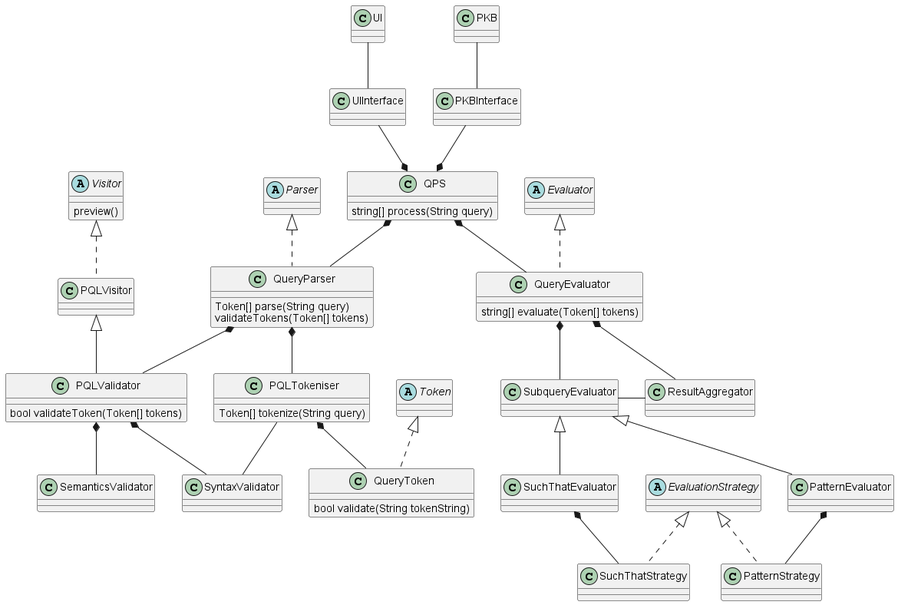
Above: docs/images/QPSClassDiagram.png in mazx4960/static-analyzer (PlantUML), before the change. The source it was exported from:
```plantuml
@startuml

abstract class  "Parser" {
}

abstract class  "Token" {}

abstract class  "Visitor" {
	preview()
}

abstract class  "Evaluator" {
}

abstract class "EvaluationStrategy" {
}

class UIInterface {
}

class PKBInterface {
}

class QPS {
	string[] process(String query)
}

class QueryParser {
	Token[] parse(String query)
	validateTokens(Token[] tokens)
}

class PQLTokeniser {
	Token[] tokenize(String query)
}

class QueryToken {
    bool validate(String tokenString)
}

class PQLValidator {
	bool validateToken(Token[] tokens)
}

class QueryEvaluator {
	string[] evaluate(Token[] tokens)
}

Evaluator <|.down. QueryEvaluator

Parser <|.down. QueryParser

Token <|.down. QueryToken

Visitor <|.down. PQLVisitor
PQLVisitor <|-down- PQLValidator

UI -down- UIInterface
PKB -down- PKBInterface

QPS *-up- UIInterface
QPS *-up- PKBInterface
QPS *-down- QueryParser
QPS *-down- QueryEvaluator

QueryParser *-down- PQLTokeniser
QueryParser *-down- PQLValidator

PQLTokeniser *-down- QueryToken
PQLTokeniser -down- SyntaxValidator

PQLValidator *-down- SyntaxValidator
PQLValidator *-down- SemanticsValidator

QueryEvaluator *-down- SubqueryEvaluator
QueryEvaluator *-down- ResultAggregator

EvaluationStrategy <|.down. SuchThatStrategy
EvaluationStrategy <|.down.PatternStrategy

SuchThatEvaluator *-down- SuchThatStrategy
PatternEvaluator *-down- PatternStrategy

SubqueryEvaluator <|-down- SuchThatEvaluator
SubqueryEvaluator <|-down- PatternEvaluator
SubqueryEvaluator -right- ResultAggregator

@enduml
```
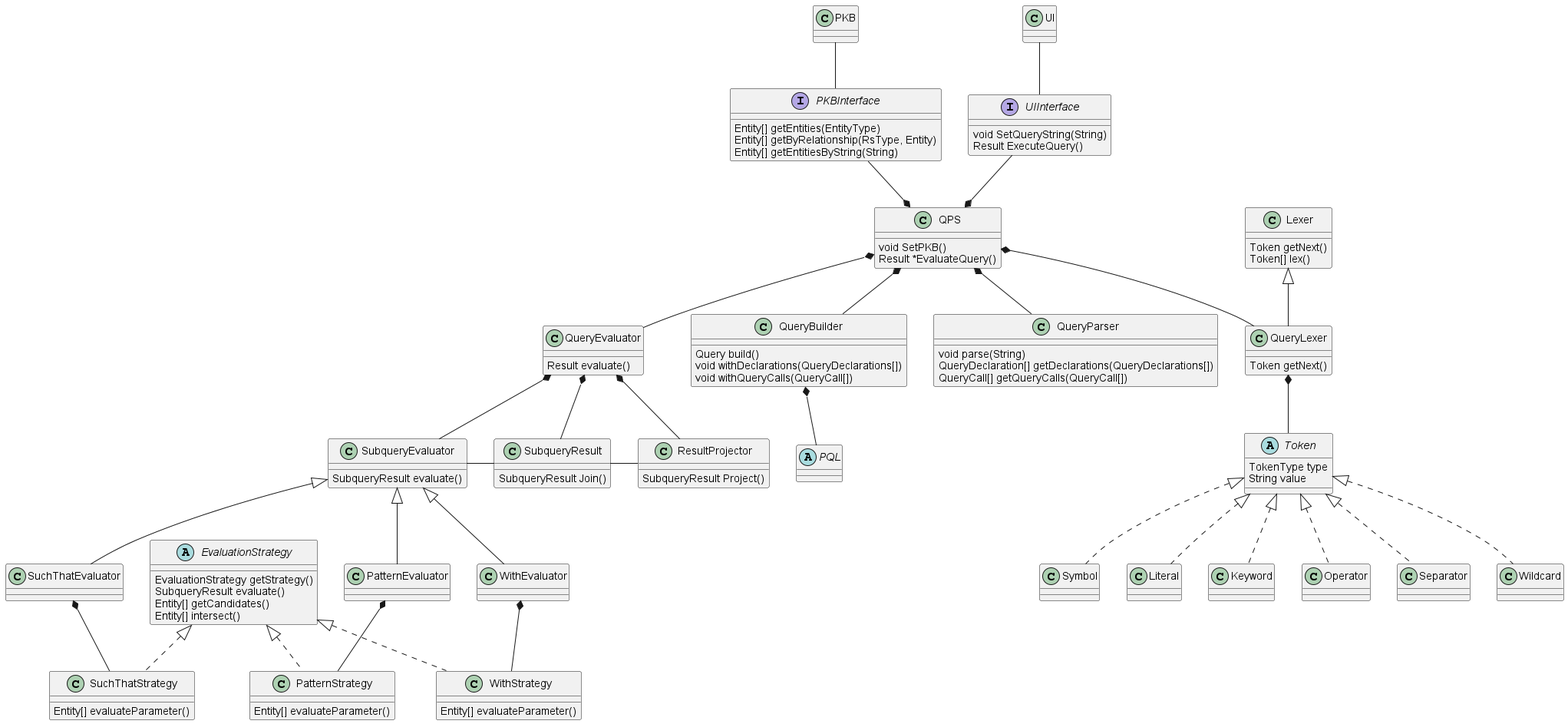
The same diagram one commit later.

Commit message:
docs: add ResultProjector and WithEvaluator classes

The edit, as a diff of the source:
```diff
@@ -1,88 +1,130 @@
 @startuml
 
-abstract class  "Parser" {
+abstract class  "Token" {
+    TokenType type
+    String value
 }
 
-abstract class  "Token" {}
+class Symbol
+class Literal
+class Keyword
+class Operator
+class Separator
+class Wildcard
 
-abstract class  "Visitor" {
-	preview()
-}
-
-abstract class  "Evaluator" {
+abstract class  "PQL" {
 }
 
 abstract class "EvaluationStrategy" {
+    EvaluationStrategy getStrategy()
+    SubqueryResult evaluate()
+    Entity[] getCandidates()
+    Entity[] intersect()
 }
 
-class UIInterface {
+class "SuchThatStrategy" {
+    Entity[] evaluateParameter()
+}
+class "PatternStrategy" {
+    Entity[] evaluateParameter()
+}
+class "WithStrategy" {
+    Entity[] evaluateParameter()
 }
 
-class PKBInterface {
+interface UIInterface {
+    void SetQueryString(String)
+    Result ExecuteQuery()
+}
+
+interface PKBInterface {
+    Entity[] getEntities(EntityType)
+    Entity[] getByRelationship(RsType, Entity)
+    Entity[] getEntitiesByString(String)
 }
 
 class QPS {
-	string[] process(String query)
+    void SetPKB()
+	Result *EvaluateQuery()
 }
 
 class QueryParser {
-	Token[] parse(String query)
-	validateTokens(Token[] tokens)
+
+	void parse(String)
+	QueryDeclaration[] getDeclarations(QueryDeclarations[])
+	QueryCall[] getQueryCalls(QueryCall[])
 }
 
-class PQLTokeniser {
-	Token[] tokenize(String query)
+class QueryBuilder {
+	Query build()
+	void withDeclarations(QueryDeclarations[])
+	void withQueryCalls(QueryCall[])
 }
 
-class QueryToken {
-    bool validate(String tokenString)
+class Lexer {
+	Token getNext()
+    Token[] lex()
 }
 
-class PQLValidator {
-	bool validateToken(Token[] tokens)
+class QueryLexer {
+	Token getNext()
 }
 
 class QueryEvaluator {
-	string[] evaluate(Token[] tokens)
+	Result evaluate()
 }
 
-Evaluator <|.down. QueryEvaluator
+class SubqueryEvaluator {
+	SubqueryResult evaluate()
+}
 
-Parser <|.down. QueryParser
+class SubqueryResult {
+	SubqueryResult Join()
+}
 
-Token <|.down. QueryToken
+class ResultProjector {
+    SubqueryResult Project()
+}
 
-Visitor <|.down. PQLVisitor
-PQLVisitor <|-down- PQLValidator
+Token <|.down. Symbol
+Token <|.down. Literal
+Token <|.down. Keyword
+Token <|.down. Operator
+Token <|.down. Separator
+Token <|.down. Wildcard
+
 
 UI -down- UIInterface
 PKB -down- PKBInterface
 
 QPS *-up- UIInterface
 QPS *-up- PKBInterface
+QPS *-down- QueryLexer
 QPS *-down- QueryParser
 QPS *-down- QueryEvaluator
+QPS *-down- QueryBuilder
 
-QueryParser *-down- PQLTokeniser
-QueryParser *-down- PQLValidator
+Lexer <|-down- QueryLexer
 
-PQLTokeniser *-down- QueryToken
-PQLTokeniser -down- SyntaxValidator
+QueryLexer *-down- Token
 
-PQLValidator *-down- SyntaxValidator
-PQLValidator *-down- SemanticsValidator
+QueryBuilder *-down- PQL
 
 QueryEvaluator *-down- SubqueryEvaluator
-QueryEvaluator *-down- ResultAggregator
+QueryEvaluator *-down- SubqueryResult
+QueryEvaluator *-down- ResultProjector
 
 EvaluationStrategy <|.down. SuchThatStrategy
 EvaluationStrategy <|.down.PatternStrategy
+EvaluationStrategy <|.down. WithStrategy
 
 SuchThatEvaluator *-down- SuchThatStrategy
 PatternEvaluator *-down- PatternStrategy
+WithEvaluator *-down- WithStrategy
 
 SubqueryEvaluator <|-down- SuchThatEvaluator
 SubqueryEvaluator <|-down- PatternEvaluator
-SubqueryEvaluator -right- ResultAggregator
-
+SubqueryEvaluator <|-down- WithEvaluator
+SubqueryEvaluator -right- SubqueryResult
+SubqueryResult -right- ResultProjector
 @enduml
```
